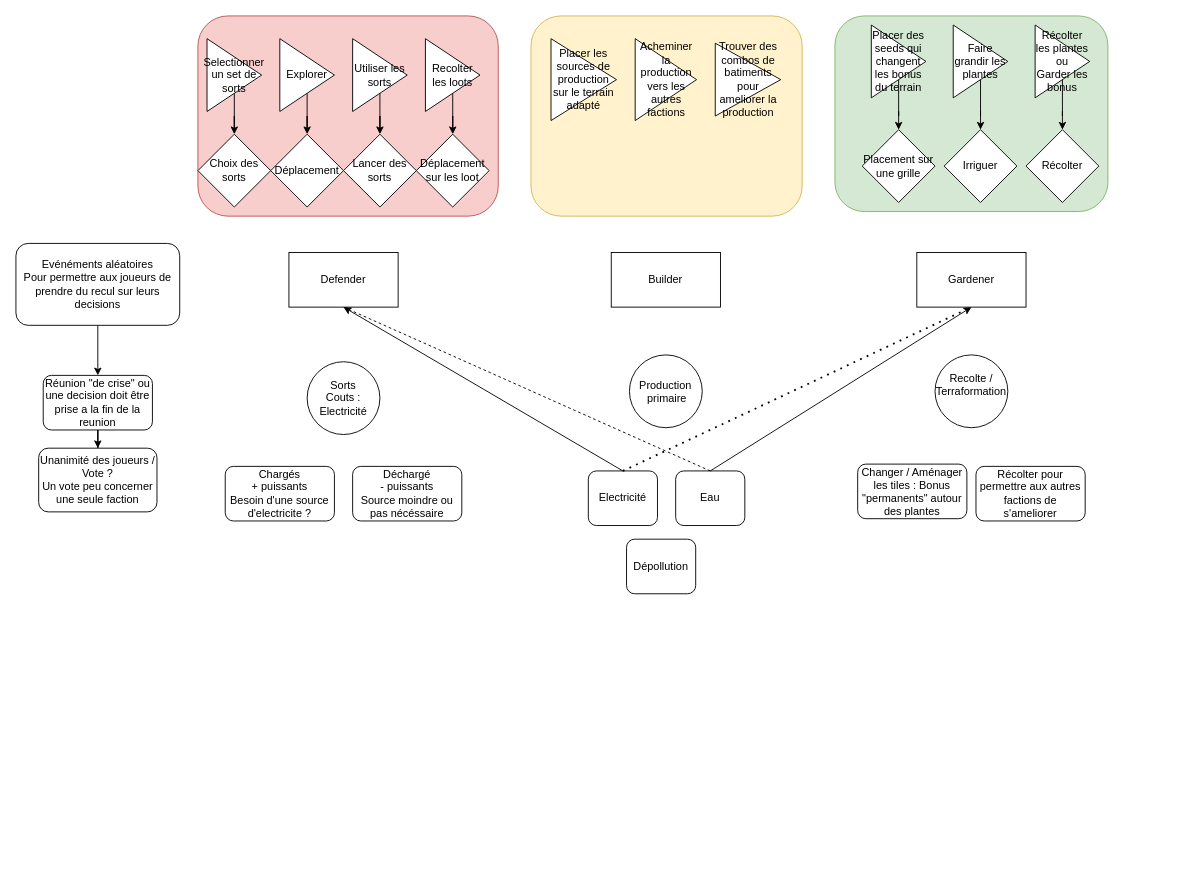
Earlier version of the draw.io diagram Untitled Diagram.drawio (JulienAldon/AsymetricCoop). Source tidied: cells renumbered, new cells numbered last; positions are measured from the earlier drawing's top-left corner, leaving out a move shared by most shapes. Both pictures are drawn from the tidied source at 91%, with x=0, y=0 at pixel (15, 15).
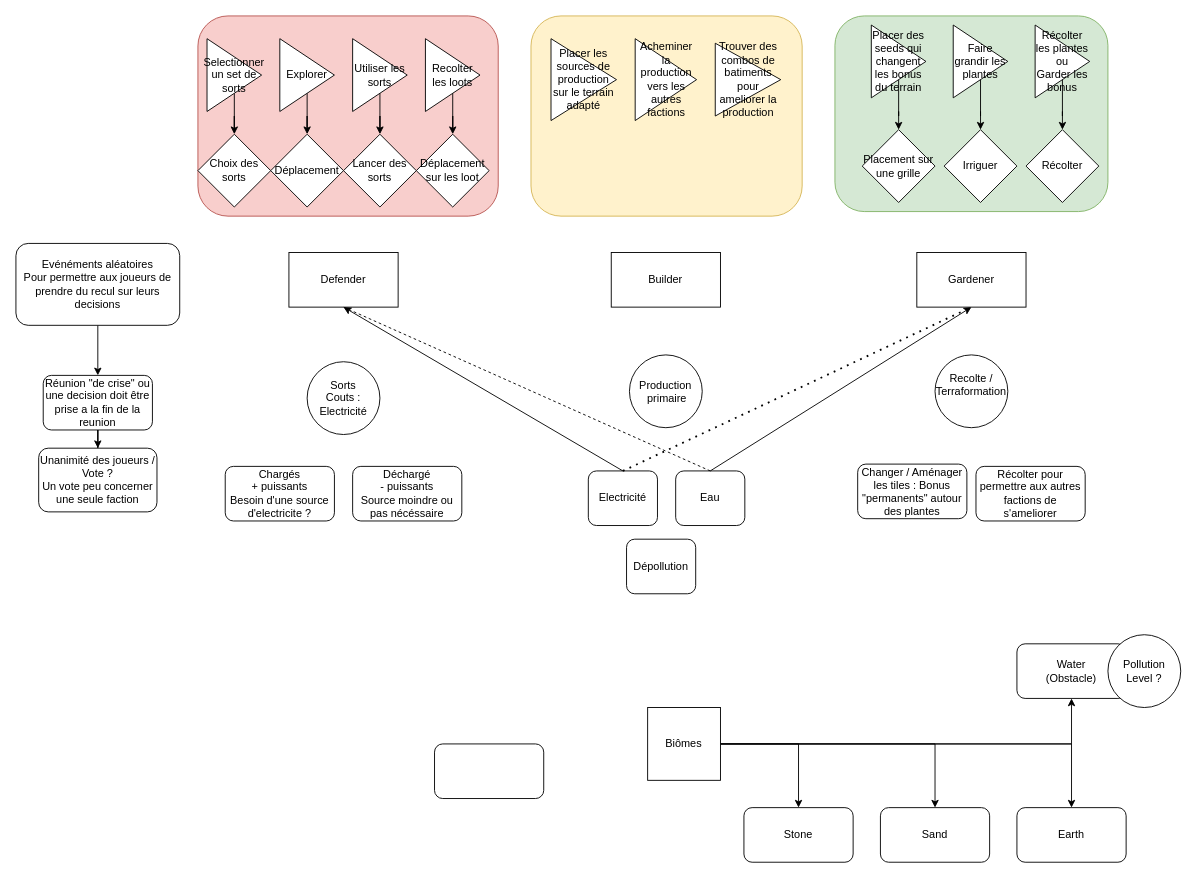
After the change.

Diff of the diagram source:
```diff
@@
+    <mxCell id="51" style="edgeStyle=orthogonalEdgeStyle;rounded=0;jettySize=auto;html=1;exitX=1;exitY=0.5;exitDx=0;exitDy=0;" parent="1" edge="1" source="55" target="56">
+      <mxGeometry relative="1" as="geometry" />
+    </mxCell>
+    <mxCell id="52" style="edgeStyle=orthogonalEdgeStyle;rounded=0;jettySize=auto;html=1;entryX=0.5;entryY=0;entryDx=0;entryDy=0;" parent="1" edge="1" source="55" target="57">
+      <mxGeometry relative="1" as="geometry" />
+    </mxCell>
+    <mxCell id="53" style="edgeStyle=orthogonalEdgeStyle;rounded=0;jettySize=auto;html=1;" parent="1" edge="1" source="55" target="58">
+      <mxGeometry relative="1" as="geometry" />
+    </mxCell>
+    <mxCell id="54" style="edgeStyle=orthogonalEdgeStyle;rounded=0;jettySize=auto;html=1;entryX=0.5;entryY=1;entryDx=0;entryDy=0;" parent="1" edge="1" source="55" target="60">
+      <mxGeometry relative="1" as="geometry" />
+    </mxCell>
+    <mxCell id="55" value="&lt;div&gt;Biômes&lt;/div&gt;" style="whiteSpace=wrap;html=1;" parent="1" vertex="1">
+      <mxGeometry x="694.2" y="760" width="80" height="80" as="geometry" />
+    </mxCell>
+    <mxCell id="56" value="Stone" style="rounded=1;whiteSpace=wrap;html=1;" parent="1" vertex="1">
+      <mxGeometry x="800" y="870" width="120" height="60" as="geometry" />
+    </mxCell>
+    <mxCell id="57" value="Sand" style="rounded=1;whiteSpace=wrap;html=1;" parent="1" vertex="1">
+      <mxGeometry x="950" y="870" width="120" height="60" as="geometry" />
+    </mxCell>
+    <mxCell id="58" value="Earth" style="rounded=1;whiteSpace=wrap;html=1;" parent="1" vertex="1">
+      <mxGeometry x="1100" y="870" width="120" height="60" as="geometry" />
+    </mxCell>
+    <mxCell id="59" style="rounded=1;whiteSpace=wrap;html=1;" parent="1" vertex="1">
+      <mxGeometry x="460" y="800" width="120" height="60" as="geometry" />
+    </mxCell>
+    <mxCell id="60" value="Water&lt;br&gt;(Obstacle)" style="rounded=1;whiteSpace=wrap;html=1;" parent="1" vertex="1">
+      <mxGeometry x="1100" y="690" width="120" height="60" as="geometry" />
+    </mxCell>
+    <mxCell id="61" value="&lt;div&gt;Pollution&lt;/div&gt;&lt;div&gt;Level ?&lt;/div&gt;" style="ellipse;whiteSpace=wrap;html=1;" parent="1" vertex="1">
+      <mxGeometry x="1200" y="680" width="80" height="80" as="geometry" />
+    </mxCell>
```
